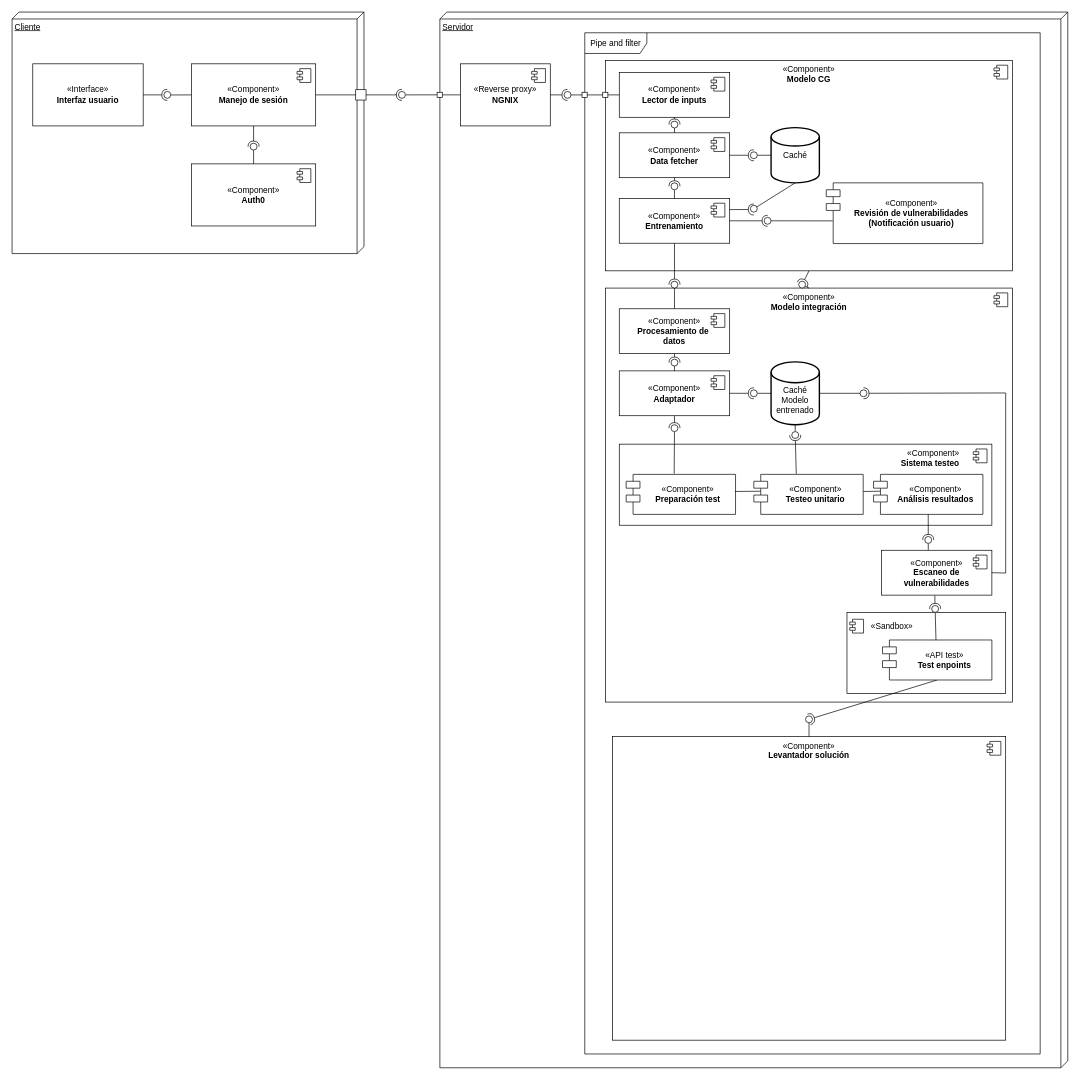
The draw.io diagram p4e.drawio in martinjaraf/martinjaraf.github.io, before the edit. Source tidied: cells renumbered, new cells numbered last; positions are measured from the earlier drawing's top-left corner, leaving out a move shared by most shapes. Both pictures are drawn from the tidied source at 69%, with x=0, y=0 at pixel (12, 12).
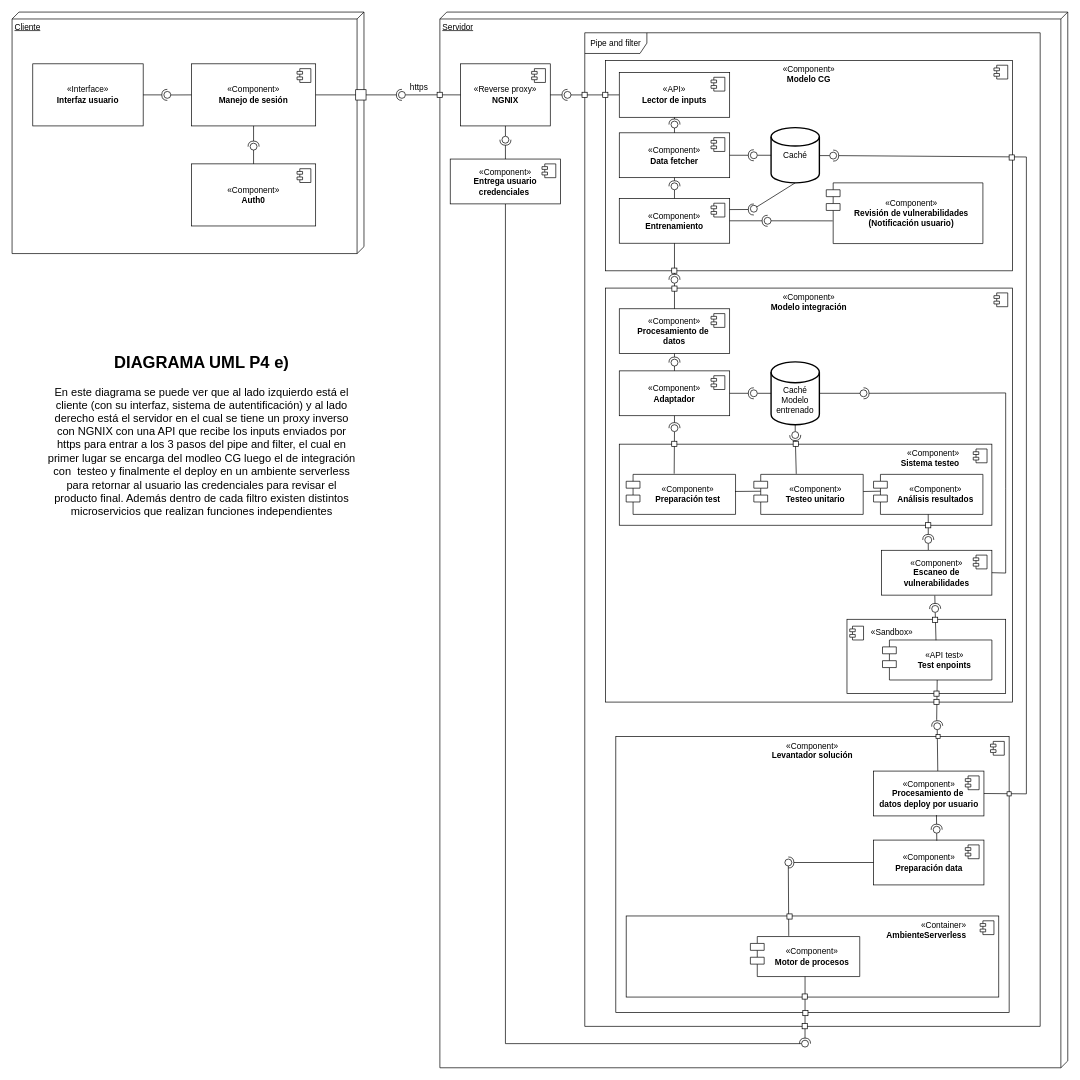
After the change.

The change refers to these unchanged cells:
```xml
<mxCell id="3" value="«Component»&lt;br&gt;&lt;b&gt;Modelo integración&lt;/b&gt;" style="html=1;whiteSpace=wrap;horizontal=1;verticalAlign=top;" parent="1" vertex="1">
  <mxGeometry x="860" y="400" width="590" height="600" as="geometry" />
</mxCell>
<mxCell id="9" value="«Component»&lt;br&gt;&lt;b&gt;Modelo CG&lt;/b&gt;" style="html=1;whiteSpace=wrap;horizontal=1;verticalAlign=top;" parent="1" vertex="1">
  <mxGeometry x="860" y="70" width="590" height="305" as="geometry" />
</mxCell>
<mxCell id="17" value="«Reverse proxy»&lt;br&gt;&lt;b&gt;NGNIX&lt;/b&gt;" style="html=1;whiteSpace=wrap;" parent="1" vertex="1">
  <mxGeometry x="650" y="75" width="130" height="90" as="geometry" />
</mxCell>
<mxCell id="101" value="«API test»&lt;br style=&quot;border-color: var(--border-color);&quot;&gt;&lt;b&gt;Test enpoints&lt;br&gt;&lt;/b&gt;" style="shape=module;align=left;spacingLeft=20;align=center;verticalAlign=middle;whiteSpace=wrap;html=1;" parent="1" vertex="1">
  <mxGeometry x="1261.5" y="910" width="158.5" height="58" as="geometry" />
</mxCell>
```

What changed in the source:
```diff
@@
     <mxCell id="5" value="«Sandbox»&lt;br&gt;" style="html=1;whiteSpace=wrap;verticalAlign=top;align=left;spacingRight=45;spacingLeft=33;spacingTop=6;" parent="1" vertex="1">
-      <mxGeometry x="1210" y="870" width="230" height="117.5" as="geometry" />
+      <mxGeometry x="1210" y="880" width="230" height="107.5" as="geometry" />
     </mxCell>
@@
     <mxCell id="31" value="Pipe and filter" style="shape=umlFrame;whiteSpace=wrap;html=1;width=90;height=30;" parent="1" vertex="1">
-      <mxGeometry x="830" y="30" width="660" height="1480" as="geometry" />
+      <mxGeometry x="830" y="30" width="660" height="1440" as="geometry" />
     </mxCell>
@@
     <mxCell id="35" value="«Component»&lt;br&gt;&lt;b&gt;Levantador solución&lt;/b&gt;" style="html=1;whiteSpace=wrap;horizontal=1;verticalAlign=top;" parent="1" vertex="1">
-      <mxGeometry x="870" y="1050" width="570" height="440" as="geometry" />
+      <mxGeometry x="875" y="1050" width="570" height="400" as="geometry" />
     </mxCell>
@@
-    <mxCell id="39" value="«Component»&lt;br&gt;&lt;b&gt;Lector de inputs&lt;/b&gt;" style="html=1;whiteSpace=wrap;" parent="1" vertex="1">
+    <mxCell id="39" value="«API»&lt;br&gt;&lt;b&gt;Lector de inputs&lt;/b&gt;" style="html=1;whiteSpace=wrap;" parent="1" vertex="1">
       <mxGeometry x="880" y="87.5" width="160" height="65" as="geometry" />
     </mxCell>
@@
-    <mxCell id="44" style="rounded=0;jettySize=auto;html=1;endArrow=none;endFill=0;sketch=0;sourcePerimeterSpacing=0;targetPerimeterSpacing=0;exitX=0.5;exitY=0;exitDx=0;exitDy=0;" parent="1" edge="1" source="3" target="46">
-      <mxGeometry relative="1" as="geometry" />
-    </mxCell>
-    <mxCell id="45" style="rounded=0;jettySize=auto;html=1;endArrow=halfCircle;endFill=0;entryX=0.5;entryY=0.5;endSize=6;strokeWidth=1;sketch=0;exitX=0.5;exitY=1;exitDx=0;exitDy=0;" parent="1" edge="1" source="9" target="46">
-      <mxGeometry relative="1" as="geometry" />
-    </mxCell>
-    <mxCell id="46" style="ellipse;whiteSpace=wrap;html=1;align=center;points=[];outlineConnect=0;sketch=0;" parent="1" vertex="1">
-      <mxGeometry x="1140" y="390" width="10" height="10" as="geometry" />
-    </mxCell>
@@
-    <mxCell id="65" style="rounded=0;jettySize=auto;html=1;endArrow=none;endFill=0;sketch=0;sourcePerimeterSpacing=0;targetPerimeterSpacing=0;exitX=0.5;exitY=0;exitDx=0;exitDy=0;" parent="1" edge="1" source="35" target="67">
+    <mxCell id="65" style="rounded=0;jettySize=auto;html=1;endArrow=none;endFill=0;sketch=0;sourcePerimeterSpacing=0;targetPerimeterSpacing=0;exitX=0.582;exitY=-0.002;exitDx=0;exitDy=0;exitPerimeter=0;" parent="1" edge="1" source="106" target="67">
       <mxGeometry relative="1" as="geometry" />
     </mxCell>
     <mxCell id="66" style="rounded=0;jettySize=auto;html=1;endArrow=halfCircle;endFill=0;entryX=0.5;entryY=0.5;endSize=6;strokeWidth=1;sketch=0;exitX=0.5;exitY=1;exitDx=0;exitDy=0;" parent="1" edge="1" source="101" target="67">
-      <mxGeometry relative="1" as="geometry" />
+      <mxGeometry relative="1" as="geometry">
+        <Array as="points">
+          <mxPoint x="1340" y="1025" />
+        </Array>
+      </mxGeometry>
     </mxCell>
     <mxCell id="67" style="ellipse;whiteSpace=wrap;html=1;align=center;points=[];outlineConnect=0;sketch=0;" parent="1" vertex="1">
-      <mxGeometry x="1150" y="1020" width="10" height="10" as="geometry" />
+      <mxGeometry x="1335.8" y="1030" width="10" height="10" as="geometry" />
     </mxCell>
@@
     <mxCell id="77" style="ellipse;whiteSpace=wrap;html=1;align=center;points=[];outlineConnect=0;sketch=0;" parent="1" vertex="1">
-      <mxGeometry x="955" y="390" width="10" height="10" as="geometry" />
+      <mxGeometry x="955" y="383" width="10" height="10" as="geometry" />
     </mxCell>
@@
+    <mxCell id="105" value="&lt;blockquote style=&quot;margin: 0 0 0 40px; border: none; padding: 0px;&quot;&gt;&lt;b&gt;&lt;font style=&quot;font-size: 24px;&quot;&gt;DIAGRAMA UML P4 e)&lt;/font&gt;&lt;/b&gt;&lt;/blockquote&gt;&lt;blockquote style=&quot;margin: 0px 0px 0px 40px; border: none; padding: 0px;&quot;&gt;&lt;font size=&quot;3&quot;&gt;&lt;br&gt;&lt;/font&gt;&lt;/blockquote&gt;&lt;blockquote style=&quot;margin: 0px 0px 0px 40px; border: none; padding: 0px;&quot;&gt;&lt;font size=&quot;3&quot;&gt;En este diagrama se puede ver que al lado izquierdo está el cliente (con su interfaz, sistema de autentificación) y al lado derecho está el servidor en el cual se tiene un proxy inverso con NGNIX con una API que recibe los inputs enviados por https para entrar a los 3 pasos del pipe and filter, el cual en primer lugar se encarga del modleo CG luego el de integración con&amp;nbsp; testeo y finalmente el deploy en un ambiente serverless para retornar al usuario las credenciales para revisar el producto final. Además dentro de cada filtro existen distintos microservicios que realizan funciones independientes&lt;/font&gt;&lt;/blockquote&gt;" style="text;strokeColor=none;align=center;fillColor=none;html=1;verticalAlign=middle;whiteSpace=wrap;rounded=0;" parent="1" vertex="1">
+      <mxGeometry x="10" y="375" width="490" height="475" as="geometry" />
+    </mxCell>
+    <mxCell id="106" value="«Component»&lt;br&gt;&lt;b&gt;Procesamiento de&amp;nbsp;&lt;br&gt;datos deploy por usuario&lt;br&gt;&lt;/b&gt;" style="html=1;whiteSpace=wrap;" parent="1" vertex="1">
+      <mxGeometry x="1248.5" y="1100" width="160" height="65" as="geometry" />
+    </mxCell>
+    <mxCell id="107" style="shape=module;jettyWidth=8;jettyHeight=4;" parent="106" vertex="1">
+      <mxGeometry x="1" width="20" height="20" relative="1" as="geometry">
+        <mxPoint x="-27" y="7" as="offset" />
+      </mxGeometry>
+    </mxCell>
+    <mxCell id="108" style="rounded=0;jettySize=auto;html=1;endArrow=none;endFill=0;sketch=0;sourcePerimeterSpacing=0;targetPerimeterSpacing=0;" parent="1" edge="1" target="110">
+      <mxGeometry relative="1" as="geometry">
+        <mxPoint x="1170" y="208" as="sourcePoint" />
+      </mxGeometry>
+    </mxCell>
+    <mxCell id="109" style="rounded=0;jettySize=auto;html=1;endArrow=halfCircle;endFill=0;entryX=0.5;entryY=0.5;endSize=6;strokeWidth=1;sketch=0;exitX=1;exitY=0.5;exitDx=0;exitDy=0;" parent="1" edge="1" source="106" target="110">
+      <mxGeometry relative="1" as="geometry">
+        <Array as="points">
+          <mxPoint x="1470" y="1133" />
+          <mxPoint x="1470" y="210" />
+        </Array>
+      </mxGeometry>
+    </mxCell>
+    <mxCell id="110" style="ellipse;whiteSpace=wrap;html=1;align=center;points=[];outlineConnect=0;sketch=0;" parent="1" vertex="1">
+      <mxGeometry x="1185" y="203" width="10" height="10" as="geometry" />
+    </mxCell>
+    <mxCell id="111" value="«Component»&lt;br&gt;&lt;b&gt;Preparación data&lt;br&gt;&lt;/b&gt;" style="html=1;whiteSpace=wrap;" parent="1" vertex="1">
+      <mxGeometry x="1248.5" y="1200" width="160" height="65" as="geometry" />
+    </mxCell>
+    <mxCell id="112" style="shape=module;jettyWidth=8;jettyHeight=4;" parent="111" vertex="1">
+      <mxGeometry x="1" width="20" height="20" relative="1" as="geometry">
+        <mxPoint x="-27" y="7" as="offset" />
+      </mxGeometry>
+    </mxCell>
+    <mxCell id="113" style="rounded=0;jettySize=auto;html=1;endArrow=none;endFill=0;sketch=0;sourcePerimeterSpacing=0;targetPerimeterSpacing=0;exitX=0.573;exitY=0.015;exitDx=0;exitDy=0;exitPerimeter=0;" parent="1" edge="1" source="111" target="115">
+      <mxGeometry relative="1" as="geometry" />
+    </mxCell>
+    <mxCell id="114" style="rounded=0;jettySize=auto;html=1;endArrow=halfCircle;endFill=0;entryX=0.5;entryY=0.5;endSize=6;strokeWidth=1;sketch=0;exitX=0.57;exitY=0.981;exitDx=0;exitDy=0;exitPerimeter=0;" parent="1" edge="1" source="106" target="115">
+      <mxGeometry relative="1" as="geometry" />
+    </mxCell>
+    <mxCell id="115" style="ellipse;whiteSpace=wrap;html=1;align=center;points=[];outlineConnect=0;sketch=0;" parent="1" vertex="1">
+      <mxGeometry x="1335" y="1180" width="10" height="10" as="geometry" />
+    </mxCell>
+    <mxCell id="116" value="«Container»&lt;br&gt;&lt;b&gt;AmbienteServerless&lt;/b&gt;" style="html=1;whiteSpace=wrap;verticalAlign=top;align=right;spacingRight=45;" parent="1" vertex="1">
+      <mxGeometry x="890" y="1310" width="540" height="117.5" as="geometry" />
+    </mxCell>
+    <mxCell id="117" style="shape=module;jettyWidth=8;jettyHeight=4;" parent="116" vertex="1">
+      <mxGeometry x="1" width="20" height="20" relative="1" as="geometry">
+        <mxPoint x="-27" y="7" as="offset" />
+      </mxGeometry>
+    </mxCell>
+    <mxCell id="118" style="rounded=0;jettySize=auto;html=1;endArrow=none;endFill=0;sketch=0;sourcePerimeterSpacing=0;targetPerimeterSpacing=0;exitX=0.351;exitY=-0.016;exitDx=0;exitDy=0;exitPerimeter=0;" parent="1" edge="1" source="121" target="120">
+      <mxGeometry relative="1" as="geometry" />
+    </mxCell>
+    <mxCell id="119" style="rounded=0;jettySize=auto;html=1;endArrow=halfCircle;endFill=0;entryX=0.5;entryY=0.5;endSize=6;strokeWidth=1;sketch=0;exitX=0;exitY=0.5;exitDx=0;exitDy=0;" parent="1" edge="1" source="111" target="120">
+      <mxGeometry relative="1" as="geometry" />
+    </mxCell>
+    <mxCell id="120" style="ellipse;whiteSpace=wrap;html=1;align=center;points=[];outlineConnect=0;sketch=0;" parent="1" vertex="1">
+      <mxGeometry x="1120" y="1227.5" width="10" height="10" as="geometry" />
+    </mxCell>
+    <mxCell id="121" value="«Component»&lt;br style=&quot;border-color: var(--border-color);&quot;&gt;&lt;b&gt;Motor de procesos&lt;br&gt;&lt;/b&gt;" style="shape=module;align=left;spacingLeft=20;align=center;verticalAlign=middle;whiteSpace=wrap;html=1;" parent="1" vertex="1">
+      <mxGeometry x="1070" y="1339.8" width="158.5" height="58" as="geometry" />
+    </mxCell>
+    <mxCell id="122" style="rounded=0;jettySize=auto;html=1;endArrow=none;endFill=0;sketch=0;sourcePerimeterSpacing=0;targetPerimeterSpacing=0;exitX=0.5;exitY=1;exitDx=0;exitDy=0;" parent="1" edge="1" source="125" target="124">
+      <mxGeometry relative="1" as="geometry">
+        <Array as="points">
+          <mxPoint x="715" y="1495" />
+        </Array>
+      </mxGeometry>
+    </mxCell>
+    <mxCell id="123" style="rounded=0;jettySize=auto;html=1;endArrow=halfCircle;endFill=0;entryX=0.5;entryY=0.5;endSize=6;strokeWidth=1;sketch=0;exitX=0.5;exitY=1;exitDx=0;exitDy=0;" parent="1" edge="1" source="121" target="124">
+      <mxGeometry relative="1" as="geometry" />
+    </mxCell>
+    <mxCell id="124" style="ellipse;whiteSpace=wrap;html=1;align=center;points=[];outlineConnect=0;sketch=0;" parent="1" vertex="1">
+      <mxGeometry x="1144.2" y="1490" width="10" height="10" as="geometry" />
+    </mxCell>
+    <mxCell id="125" value="«Component»&lt;br&gt;&lt;b&gt;Entrega usuario credenciales&amp;nbsp;&lt;br&gt;&lt;/b&gt;" style="html=1;whiteSpace=wrap;" parent="1" vertex="1">
+      <mxGeometry x="635" y="213" width="160" height="65" as="geometry" />
+    </mxCell>
+    <mxCell id="126" style="shape=module;jettyWidth=8;jettyHeight=4;" parent="125" vertex="1">
+      <mxGeometry x="1" width="20" height="20" relative="1" as="geometry">
+        <mxPoint x="-27" y="7" as="offset" />
+      </mxGeometry>
+    </mxCell>
+    <mxCell id="127" style="rounded=0;jettySize=auto;html=1;endArrow=none;endFill=0;sketch=0;sourcePerimeterSpacing=0;targetPerimeterSpacing=0;exitX=0.5;exitY=1;exitDx=0;exitDy=0;" parent="1" edge="1" source="17" target="129">
+      <mxGeometry relative="1" as="geometry" />
+    </mxCell>
+    <mxCell id="128" style="rounded=0;jettySize=auto;html=1;endArrow=halfCircle;endFill=0;entryX=0.5;entryY=0.5;endSize=6;strokeWidth=1;sketch=0;exitX=0.5;exitY=0;exitDx=0;exitDy=0;" parent="1" edge="1" source="125" target="129">
+      <mxGeometry relative="1" as="geometry" />
+    </mxCell>
+    <mxCell id="129" style="ellipse;whiteSpace=wrap;html=1;align=center;points=[];outlineConnect=0;sketch=0;" parent="1" vertex="1">
+      <mxGeometry x="710" y="180" width="10" height="10" as="geometry" />
+    </mxCell>
+    <mxCell id="130" style="whiteSpace=wrap;html=1;" parent="1" vertex="1">
+      <mxGeometry x="956" y="371" width="7.5" height="7.5" as="geometry" />
+    </mxCell>
+    <mxCell id="131" style="whiteSpace=wrap;html=1;" parent="1" vertex="1">
+      <mxGeometry x="956.2" y="397" width="7.5" height="7.5" as="geometry" />
+    </mxCell>
+    <mxCell id="132" style="whiteSpace=wrap;html=1;" parent="1" vertex="1">
+      <mxGeometry x="956" y="622" width="7.5" height="7.5" as="geometry" />
+    </mxCell>
+    <mxCell id="133" style="whiteSpace=wrap;html=1;" parent="1" vertex="1">
+      <mxGeometry x="1324" y="740" width="7.5" height="7.5" as="geometry" />
+    </mxCell>
+    <mxCell id="134" style="whiteSpace=wrap;html=1;" parent="1" vertex="1">
+      <mxGeometry x="1336" y="984" width="7.5" height="7.5" as="geometry" />
+    </mxCell>
+    <mxCell id="135" style="whiteSpace=wrap;html=1;" parent="1" vertex="1">
+      <mxGeometry x="1336" y="996" width="7.5" height="7.5" as="geometry" />
+    </mxCell>
+    <mxCell id="136" style="whiteSpace=wrap;html=1;" parent="1" vertex="1">
+      <mxGeometry x="1339" y="1047" width="6" height="6" as="geometry" />
+    </mxCell>
+    <mxCell id="137" style="whiteSpace=wrap;html=1;" parent="1" vertex="1">
+      <mxGeometry x="1123" y="1307" width="7.5" height="7.5" as="geometry" />
+    </mxCell>
+    <mxCell id="138" style="whiteSpace=wrap;html=1;" parent="1" vertex="1">
+      <mxGeometry x="1145" y="1423" width="7.5" height="7.5" as="geometry" />
+    </mxCell>
+    <mxCell id="139" style="whiteSpace=wrap;html=1;" parent="1" vertex="1">
+      <mxGeometry x="1145" y="1466" width="7.5" height="7.5" as="geometry" />
+    </mxCell>
+    <mxCell id="140" style="whiteSpace=wrap;html=1;" parent="1" vertex="1">
+      <mxGeometry x="1146" y="1447" width="7.5" height="7.5" as="geometry" />
+    </mxCell>
+    <mxCell id="141" style="whiteSpace=wrap;html=1;" parent="1" vertex="1">
+      <mxGeometry x="1442" y="1130" width="6" height="6" as="geometry" />
+    </mxCell>
+    <mxCell id="142" style="whiteSpace=wrap;html=1;" parent="1" vertex="1">
+      <mxGeometry x="1445" y="207" width="7.5" height="7.5" as="geometry" />
+    </mxCell>
+    <mxCell id="143" style="whiteSpace=wrap;html=1;" parent="1" vertex="1">
+      <mxGeometry x="1334" y="877" width="7.5" height="7.5" as="geometry" />
+    </mxCell>
+    <mxCell id="144" style="whiteSpace=wrap;html=1;" parent="1" vertex="1">
+      <mxGeometry x="1132" y="622" width="7.5" height="7.5" as="geometry" />
+    </mxCell>
+    <mxCell id="145" value="https" style="text;strokeColor=none;align=center;fillColor=none;html=1;verticalAlign=middle;whiteSpace=wrap;rounded=0;" parent="1" vertex="1">
+      <mxGeometry x="560" y="93.8" width="60" height="30" as="geometry" />
+    </mxCell>
```
